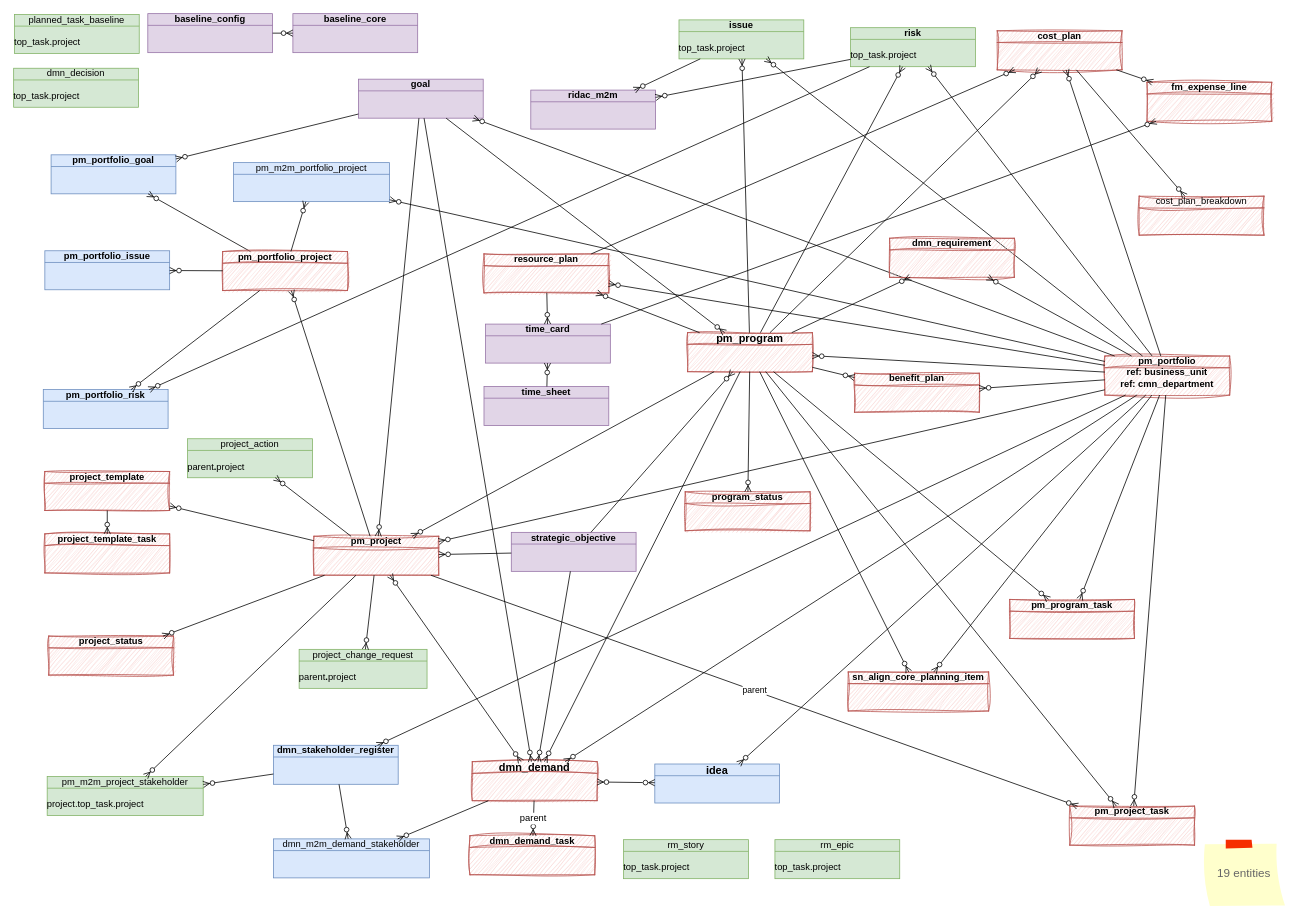
Before: page "justContextDB" (2 of 15) of JTI.drawio in algimas/tmp, a draw.io diagram. Source tidied: cells renumbered, new cells numbered last; positions are measured from the earlier drawing's top-left corner, leaving out a move shared by most shapes. Both pictures are drawn from the tidied source at 78%, with x=0, y=0 at pixel (13, 13).
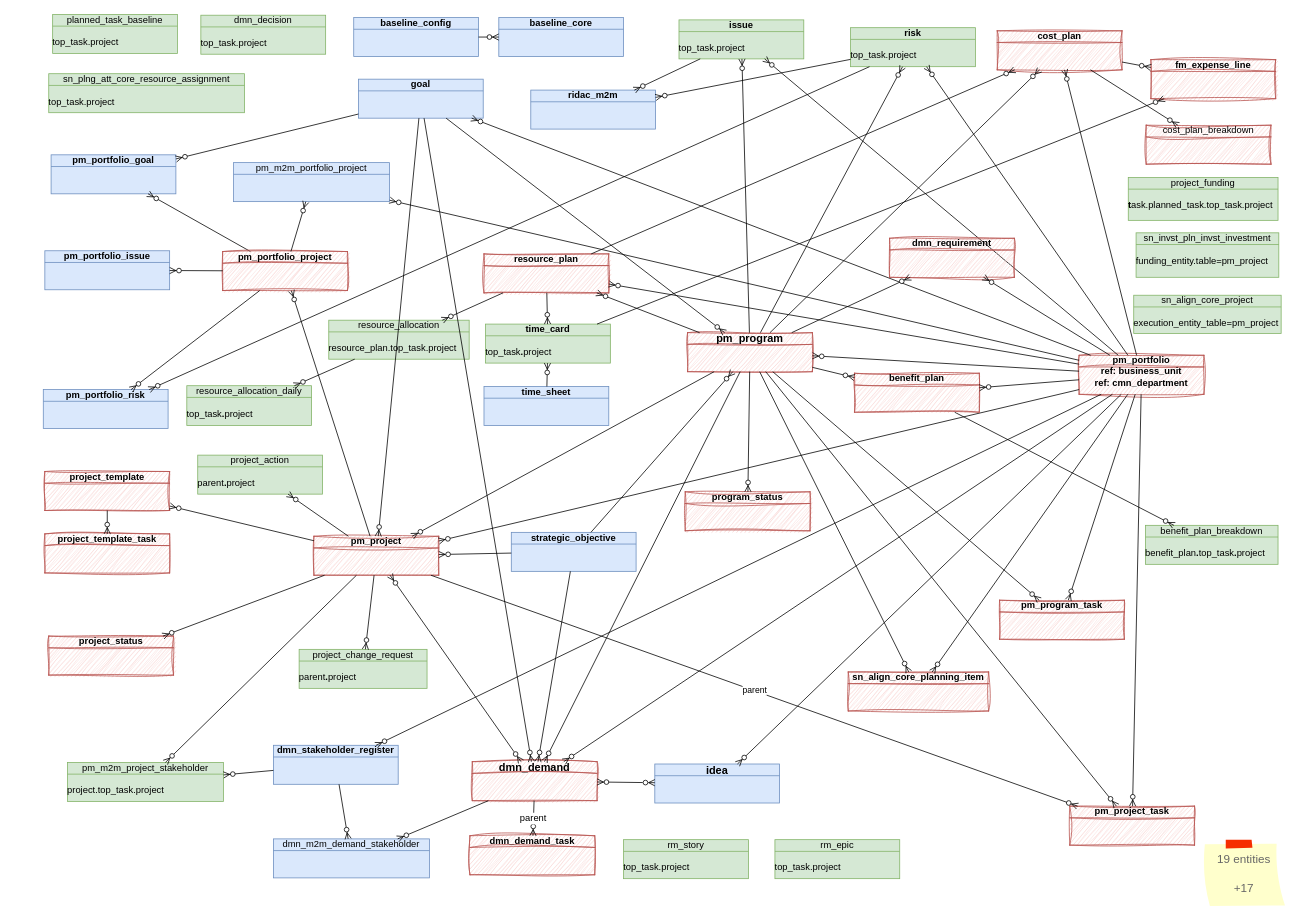
The same page after the edit.

Unchanged cells that the change refers to:
```xml
<mxCell id="79" value="resource_plan" style="html=1;outlineConnect=0;whiteSpace=wrap;fillColor=#f8cecc;shape=mxgraph.archimate3.businessObject;overflow=fill;strokeColor=#b85450;fontStyle=1;sketch=1;curveFitting=1;jiggle=2;" parent="1" vertex="1">
  <mxGeometry x="603" y="308" width="160" height="50" as="geometry" />
</mxCell>
<mxCell id="88" value="benefit_plan" style="html=1;outlineConnect=0;whiteSpace=wrap;fillColor=#f8cecc;shape=mxgraph.archimate3.businessObject;overflow=fill;strokeColor=#b85450;fontStyle=1;sketch=1;curveFitting=1;jiggle=2;" parent="1" vertex="1">
  <mxGeometry x="1078" y="461" width="160" height="50" as="geometry" />
</mxCell>
```

Diff of the diagram source:
```diff
@@
+    <mxCell id="109" value="&lt;div&gt;&lt;span style=&quot;font-weight: normal;&quot;&gt;sn_plng_att_core_resource_assignment&lt;/span&gt;&lt;/div&gt;&lt;div&gt;&lt;br&gt;&lt;/div&gt;&lt;div align=&quot;left&quot;&gt;&lt;span style=&quot;font-weight: normal;&quot;&gt;top_task.&lt;/span&gt;&lt;span style=&quot;font-weight: normal;&quot;&gt;project&lt;/span&gt;&lt;/div&gt;" style="html=1;whiteSpace=wrap;fillColor=#d5e8d4;shape=mxgraph.archimate3.businessObject;overflow=fill;strokeColor=#82b366;fontStyle=1;" parent="1" vertex="1">
+      <mxGeometry x="45" y="77" width="251" height="50" as="geometry" />
+    </mxCell>
+    <mxCell id="110" value="&lt;div&gt;&lt;span style=&quot;font-weight: normal;&quot;&gt;benefit_plan_breakdown&lt;/span&gt;&lt;/div&gt;&lt;div&gt;&lt;br&gt;&lt;/div&gt;&lt;div align=&quot;left&quot;&gt;&lt;span style=&quot;font-weight: normal;&quot;&gt;benefit_plan&lt;/span&gt;.&lt;span style=&quot;font-weight: normal;&quot;&gt;top_task&lt;/span&gt;.&lt;span style=&quot;font-weight: normal;&quot;&gt;project&lt;/span&gt;&lt;/div&gt;" style="html=1;outlineConnect=0;whiteSpace=wrap;fillColor=#d5e8d4;shape=mxgraph.archimate3.businessObject;overflow=fill;strokeColor=#82b366;fontStyle=1;shadow=0;" parent="1" vertex="1">
+      <mxGeometry x="1451" y="656" width="170" height="50" as="geometry" />
+    </mxCell>
+    <mxCell id="111" style="fontSize=12;html=1;endArrow=ERzeroToMany;endFill=1;rounded=0;" parent="1" edge="1" source="88" target="110">
+      <mxGeometry relative="1" as="geometry" />
+    </mxCell>
+    <mxCell id="112" value="&lt;div&gt;&lt;span style=&quot;font-weight: normal;&quot;&gt;resource_allocation_daily&lt;/span&gt;&lt;/div&gt;&lt;div&gt;&lt;br&gt;&lt;/div&gt;&lt;div align=&quot;left&quot;&gt;&lt;span style=&quot;font-weight: normal;&quot;&gt;top_task&lt;/span&gt;.&lt;span style=&quot;font-weight: normal;&quot;&gt;project&lt;/span&gt;&lt;/div&gt;" style="html=1;outlineConnect=0;whiteSpace=wrap;fillColor=#d5e8d4;shape=mxgraph.archimate3.businessObject;overflow=fill;strokeColor=#82b366;fontStyle=1;" parent="1" vertex="1">
+      <mxGeometry x="222" y="477" width="160" height="51" as="geometry" />
+    </mxCell>
+    <mxCell id="113" value="&lt;div&gt;&lt;span style=&quot;font-weight: normal;&quot;&gt;resource_allocation&lt;/span&gt;&lt;/div&gt;&lt;div&gt;&lt;br&gt;&lt;/div&gt;&lt;div align=&quot;left&quot;&gt;&lt;span style=&quot;font-weight: normal;&quot;&gt;resource_plan.top_task.&lt;/span&gt;&lt;span style=&quot;font-weight: normal;&quot;&gt;project&lt;/span&gt;&lt;/div&gt;" style="html=1;outlineConnect=0;whiteSpace=wrap;fillColor=#d5e8d4;shape=mxgraph.archimate3.businessObject;overflow=fill;strokeColor=#82b366;fontStyle=1;" parent="1" vertex="1">
+      <mxGeometry x="404" y="393" width="180" height="50" as="geometry" />
+    </mxCell>
@@
     <mxCell id="8" value="pm_program_task" style="html=1;outlineConnect=0;whiteSpace=wrap;fillColor=#f8cecc;shape=mxgraph.archimate3.businessObject;overflow=fill;strokeColor=#b85450;fontStyle=1;sketch=1;curveFitting=1;jiggle=2;" parent="1" vertex="1">
-      <mxGeometry x="1277" y="751" width="160" height="50" as="geometry" />
+      <mxGeometry x="1264" y="752" width="160" height="50" as="geometry" />
     </mxCell>
     <mxCell id="9" value="&lt;span&gt;pm_portfolio&lt;/span&gt;&lt;div&gt;ref: business_unit&lt;/div&gt;&lt;div&gt;ref: cmn_department&lt;/div&gt;" style="html=1;outlineConnect=0;whiteSpace=wrap;fillColor=#f8cecc;shape=mxgraph.archimate3.businessObject;overflow=fill;strokeColor=#b85450;fontStyle=1;sketch=1;curveFitting=1;jiggle=2;" parent="1" vertex="1">
-      <mxGeometry x="1399" y="439" width="160" height="50" as="geometry" />
+      <mxGeometry x="1366" y="438" width="160" height="50" as="geometry" />
     </mxCell>
@@
-    <mxCell id="34" value="goal" style="html=1;outlineConnect=0;whiteSpace=wrap;fillColor=#e1d5e7;shape=mxgraph.archimate3.businessObject;overflow=fill;strokeColor=#9673a6;fontStyle=1;" parent="1" vertex="1">
+    <mxCell id="34" value="goal" style="html=1;outlineConnect=0;whiteSpace=wrap;fillColor=#dae8fc;shape=mxgraph.archimate3.businessObject;overflow=fill;strokeColor=#6c8ebf;fontStyle=1;" parent="1" vertex="1">
       <mxGeometry x="442" y="84" width="160" height="50" as="geometry" />
     </mxCell>
@@
     <mxCell id="54" value="&lt;div&gt;pm_m2m_project_stakeholder&lt;/div&gt;&lt;div&gt;&lt;br&gt;&lt;/div&gt;&lt;div&gt;&lt;div align=&quot;left&quot;&gt;&lt;span style=&quot;font-weight: normal;&quot;&gt;project.top_task.&lt;/span&gt;&lt;span style=&quot;font-weight: normal;&quot;&gt;project&lt;/span&gt;&lt;/div&gt;&lt;br&gt;&lt;/div&gt;" style="html=1;outlineConnect=0;whiteSpace=wrap;fillColor=#d5e8d4;shape=mxgraph.archimate3.businessObject;overflow=fill;strokeColor=#82b366;" parent="1" vertex="1">
-      <mxGeometry x="43" y="978" width="200" height="50" as="geometry" />
+      <mxGeometry x="69" y="960" width="200" height="50" as="geometry" />
     </mxCell>
@@
-    <mxCell id="66" value="ridac_m2m" style="html=1;outlineConnect=0;whiteSpace=wrap;fillColor=#e1d5e7;shape=mxgraph.archimate3.businessObject;overflow=fill;strokeColor=#9673a6;fontStyle=1;" parent="1" vertex="1">
+    <mxCell id="66" value="ridac_m2m" style="html=1;outlineConnect=0;whiteSpace=wrap;fillColor=#dae8fc;shape=mxgraph.archimate3.businessObject;overflow=fill;strokeColor=#6c8ebf;fontStyle=1;" parent="1" vertex="1">
       <mxGeometry x="663" y="98" width="160" height="50" as="geometry" />
     </mxCell>
@@
     <mxCell id="69" value="fm_expense_line" style="html=1;outlineConnect=0;whiteSpace=wrap;fillColor=#f8cecc;shape=mxgraph.archimate3.businessObject;overflow=fill;strokeColor=#b85450;fontStyle=1;sketch=1;curveFitting=1;jiggle=2;" parent="1" vertex="1">
-      <mxGeometry x="1453" y="88" width="160" height="50" as="geometry" />
+      <mxGeometry x="1458" y="59" width="160" height="50" as="geometry" />
     </mxCell>
     <mxCell id="70" value="cost_plan_breakdown" style="html=1;outlineConnect=0;whiteSpace=wrap;fillColor=#f8cecc;shape=mxgraph.archimate3.businessObject;overflow=fill;strokeColor=#b85450;sketch=1;curveFitting=1;jiggle=2;" parent="1" vertex="1">
-      <mxGeometry x="1443" y="234" width="160" height="50" as="geometry" />
+      <mxGeometry x="1452" y="143" width="160" height="50" as="geometry" />
     </mxCell>
@@
-    <mxCell id="81" value="time_card" style="html=1;outlineConnect=0;whiteSpace=wrap;fillColor=#e1d5e7;shape=mxgraph.archimate3.businessObject;overflow=fill;strokeColor=#9673a6;fontStyle=1;" parent="1" vertex="1">
+    <mxCell id="81" value="&lt;div&gt;time_card&lt;/div&gt;&lt;div&gt;&lt;br&gt;&lt;/div&gt;&lt;div&gt;&lt;div align=&quot;left&quot;&gt;&lt;span style=&quot;font-weight: normal;&quot;&gt;top_task&lt;/span&gt;.&lt;span style=&quot;font-weight: normal;&quot;&gt;project&lt;/span&gt;&lt;/div&gt;&lt;br&gt;&lt;/div&gt;" style="html=1;outlineConnect=0;whiteSpace=wrap;fillColor=#d5e8d4;shape=mxgraph.archimate3.businessObject;overflow=fill;strokeColor=#82b366;fontStyle=1;" parent="1" vertex="1">
       <mxGeometry x="605" y="398" width="160" height="50" as="geometry" />
     </mxCell>
@@
-    <mxCell id="86" value="time_sheet" style="html=1;outlineConnect=0;whiteSpace=wrap;fillColor=#e1d5e7;shape=mxgraph.archimate3.businessObject;overflow=fill;strokeColor=#9673a6;fontStyle=1;" parent="1" vertex="1">
+    <mxCell id="86" value="time_sheet" style="html=1;outlineConnect=0;whiteSpace=wrap;fillColor=#dae8fc;shape=mxgraph.archimate3.businessObject;overflow=fill;strokeColor=#6c8ebf;fontStyle=1;" parent="1" vertex="1">
       <mxGeometry x="603" y="478" width="160" height="50" as="geometry" />
     </mxCell>
@@
-    <mxCell id="91" value="baseline_core" style="html=1;outlineConnect=0;whiteSpace=wrap;fillColor=#e1d5e7;shape=mxgraph.archimate3.businessObject;overflow=fill;strokeColor=#9673a6;fontStyle=1;" parent="1" vertex="1">
-      <mxGeometry x="358" width="160" height="50" as="geometry" />
+    <mxCell id="91" value="baseline_core" style="html=1;outlineConnect=0;whiteSpace=wrap;fillColor=#dae8fc;shape=mxgraph.archimate3.businessObject;overflow=fill;strokeColor=#6c8ebf;fontStyle=1;" parent="1" vertex="1">
+      <mxGeometry x="622" y="5" width="160" height="50" as="geometry" />
     </mxCell>
-    <mxCell id="92" value="baseline_config" style="html=1;outlineConnect=0;whiteSpace=wrap;fillColor=#e1d5e7;shape=mxgraph.archimate3.businessObject;overflow=fill;strokeColor=#9673a6;fontStyle=1;" parent="1" vertex="1">
-      <mxGeometry x="172" width="160" height="50" as="geometry" />
+    <mxCell id="92" value="baseline_config" style="html=1;outlineConnect=0;whiteSpace=wrap;fillColor=#dae8fc;shape=mxgraph.archimate3.businessObject;overflow=fill;strokeColor=#6c8ebf;fontStyle=1;" parent="1" vertex="1">
+      <mxGeometry x="436" y="5" width="160" height="50" as="geometry" />
     </mxCell>
@@
-    <mxCell id="94" value="strategic_objective" style="html=1;outlineConnect=0;whiteSpace=wrap;fillColor=#e1d5e7;shape=mxgraph.archimate3.businessObject;overflow=fill;strokeColor=#9673a6;fontStyle=1;" parent="1" vertex="1">
+    <mxCell id="94" value="strategic_objective" style="html=1;outlineConnect=0;whiteSpace=wrap;fillColor=#dae8fc;shape=mxgraph.archimate3.businessObject;overflow=fill;strokeColor=#6c8ebf;fontStyle=1;" parent="1" vertex="1">
       <mxGeometry x="638" y="665" width="160" height="50" as="geometry" />
     </mxCell>
@@
-    <mxCell id="100" value="19 entities" style="strokeWidth=1;shadow=0;dashed=0;align=center;html=1;shape=mxgraph.mockup.text.stickyNote2;fontColor=#666666;mainText=;fontSize=15;whiteSpace=wrap;fillColor=#ffffcc;strokeColor=#F62E00;" parent="1" vertex="1">
+    <mxCell id="100" value="&lt;div&gt;19 entities&lt;/div&gt;&lt;div&gt;&lt;br&gt;&lt;/div&gt;&lt;div&gt;+17&lt;/div&gt;" style="strokeWidth=1;shadow=0;dashed=0;align=center;html=1;shape=mxgraph.mockup.text.stickyNote2;fontColor=#666666;mainText=;fontSize=15;whiteSpace=wrap;fillColor=#ffffcc;strokeColor=#F62E00;" parent="1" vertex="1">
       <mxGeometry x="1524" y="1059" width="107" height="86" as="geometry" />
     </mxCell>
     <mxCell id="101" value="&lt;div&gt;&lt;span style=&quot;font-weight: normal;&quot;&gt;planned_task_baseline&lt;/span&gt;&lt;/div&gt;&lt;div&gt;&lt;br&gt;&lt;/div&gt;&lt;div align=&quot;left&quot;&gt;&lt;span style=&quot;font-weight: normal;&quot;&gt;top_task.project&lt;/span&gt;&lt;/div&gt;" style="html=1;whiteSpace=wrap;fillColor=#d5e8d4;shape=mxgraph.archimate3.businessObject;overflow=fill;strokeColor=#82b366;fontStyle=1;" parent="1" vertex="1">
-      <mxGeometry x="1" y="1" width="160" height="50" as="geometry" />
+      <mxGeometry x="50" y="1" width="160" height="50" as="geometry" />
     </mxCell>
     <mxCell id="102" value="&lt;div&gt;&lt;span style=&quot;font-weight: normal;&quot;&gt;dmn_decision&lt;/span&gt;&lt;/div&gt;&lt;div&gt;&lt;br&gt;&lt;/div&gt;&lt;div align=&quot;left&quot;&gt;&lt;span style=&quot;font-weight: normal;&quot;&gt;top_task.project&lt;/span&gt;&lt;/div&gt;" style="html=1;whiteSpace=wrap;fillColor=#d5e8d4;shape=mxgraph.archimate3.businessObject;overflow=fill;strokeColor=#82b366;fontStyle=1;" parent="1" vertex="1">
-      <mxGeometry y="70" width="160" height="50" as="geometry" />
+      <mxGeometry x="240" y="2" width="160" height="50" as="geometry" />
     </mxCell>
@@
     <mxCell id="105" value="&lt;div&gt;&lt;span style=&quot;font-weight: normal;&quot;&gt;project_action&lt;/span&gt;&lt;/div&gt;&lt;div&gt;&lt;br&gt;&lt;/div&gt;&lt;div align=&quot;left&quot;&gt;&lt;span style=&quot;font-weight: normal;&quot;&gt;parent&lt;/span&gt;.&lt;span style=&quot;font-weight: normal;&quot;&gt;project&lt;/span&gt;&lt;/div&gt;" style="html=1;outlineConnect=0;whiteSpace=wrap;fillColor=#d5e8d4;shape=mxgraph.archimate3.businessObject;overflow=fill;strokeColor=#82b366;fontStyle=1;" parent="1" vertex="1">
-      <mxGeometry x="223" y="545" width="160" height="50" as="geometry" />
+      <mxGeometry x="236" y="566" width="160" height="50" as="geometry" />
     </mxCell>
@@
+    <mxCell id="114" style="fontSize=12;html=1;endArrow=ERzeroToMany;endFill=1;rounded=0;" parent="1" edge="1" source="79" target="113">
+      <mxGeometry relative="1" as="geometry" />
+    </mxCell>
+    <mxCell id="115" style="fontSize=12;html=1;endArrow=ERzeroToMany;endFill=1;rounded=0;" parent="1" edge="1" source="113" target="112">
+      <mxGeometry relative="1" as="geometry" />
+    </mxCell>
+    <mxCell id="116" value="&lt;div&gt;&lt;span style=&quot;font-weight: normal;&quot;&gt;sn_invst_pln_invst_investment&lt;/span&gt;&lt;/div&gt;&lt;div&gt;&lt;br&gt;&lt;/div&gt;&lt;div align=&quot;left&quot;&gt;&lt;span aria-label=&quot;Columns Section&quot; aria-hidden=&quot;false&quot; role=&quot;tabpanel&quot; style=&quot;display: block;&quot; id=&quot;section_tab.057f7a12bf7021007de108f7ff073947&quot; class=&quot;tabs2_section tabs2_section_1 tabs2_section1 tab_section&quot;&gt;&lt;span class=&quot;section&quot; id=&quot;section-057f7a12bf7021007de108f7ff073947&quot;&gt;&lt;span class=&quot;list_span_related embedded -tab-body&quot;&gt;&lt;span style=&quot;font-weight: normal;&quot;&gt;funding_entity.table=pm_project&lt;/span&gt;&lt;/span&gt;&lt;/span&gt;&lt;/span&gt;&lt;/div&gt;" style="html=1;whiteSpace=wrap;fillColor=#d5e8d4;shape=mxgraph.archimate3.businessObject;overflow=fill;strokeColor=#82b366;fontStyle=1;" parent="1" vertex="1">
+      <mxGeometry x="1439" y="281" width="183" height="57" as="geometry" />
+    </mxCell>
+    <mxCell id="117" value="&lt;div&gt;&lt;span style=&quot;font-weight: normal;&quot;&gt;sn_align_core_project&lt;/span&gt;&lt;/div&gt;&lt;div&gt;&lt;br&gt;&lt;/div&gt;&lt;div align=&quot;left&quot;&gt;&lt;span aria-label=&quot;Columns Section&quot; aria-hidden=&quot;false&quot; role=&quot;tabpanel&quot; style=&quot;display: block;&quot; id=&quot;section_tab.057f7a12bf7021007de108f7ff073947&quot; class=&quot;tabs2_section tabs2_section_1 tabs2_section1 tab_section&quot;&gt;&lt;span class=&quot;section&quot; id=&quot;section-057f7a12bf7021007de108f7ff073947&quot;&gt;&lt;span class=&quot;list_span_related embedded -tab-body&quot;&gt;&lt;span style=&quot;font-weight: normal;&quot;&gt;execution_entity_table=pm_project&lt;/span&gt;&lt;/span&gt;&lt;/span&gt;&lt;/span&gt;&lt;/div&gt;" style="html=1;whiteSpace=wrap;fillColor=#d5e8d4;shape=mxgraph.archimate3.businessObject;overflow=fill;strokeColor=#82b366;fontStyle=1;" parent="1" vertex="1">
+      <mxGeometry x="1436" y="361" width="189" height="49" as="geometry" />
+    </mxCell>
+    <mxCell id="118" value="&lt;div&gt;&lt;span style=&quot;font-weight: normal;&quot;&gt;project_funding&lt;/span&gt;&lt;/div&gt;&lt;div&gt;&lt;br&gt;&lt;/div&gt;&lt;div align=&quot;left&quot;&gt;t&lt;span style=&quot;font-weight: normal;&quot;&gt;ask.planned_task.top_task.project&lt;/span&gt;&lt;/div&gt;" style="html=1;whiteSpace=wrap;fillColor=#d5e8d4;shape=mxgraph.archimate3.businessObject;overflow=fill;strokeColor=#82b366;fontStyle=1;" parent="1" vertex="1">
+      <mxGeometry x="1429" y="210" width="192" height="55" as="geometry" />
+    </mxCell>
```
